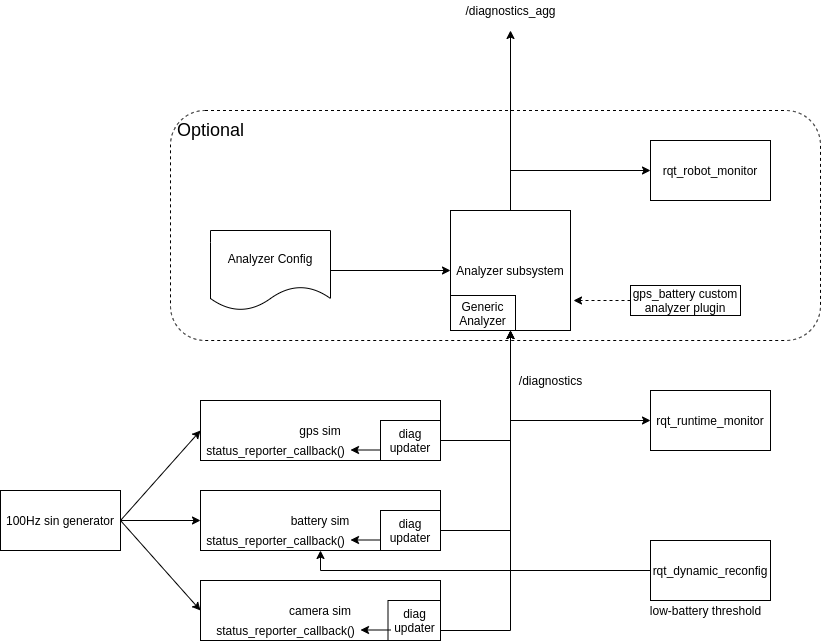
Before: Doc/diag_demo.drawio.png, a diagram exported from draw.io (PaulBouchier/diag_demo). Source tidied: cells renumbered, new cells last; positions are measured from the earlier drawing's top-left corner, leaving out a move shared by most shapes.
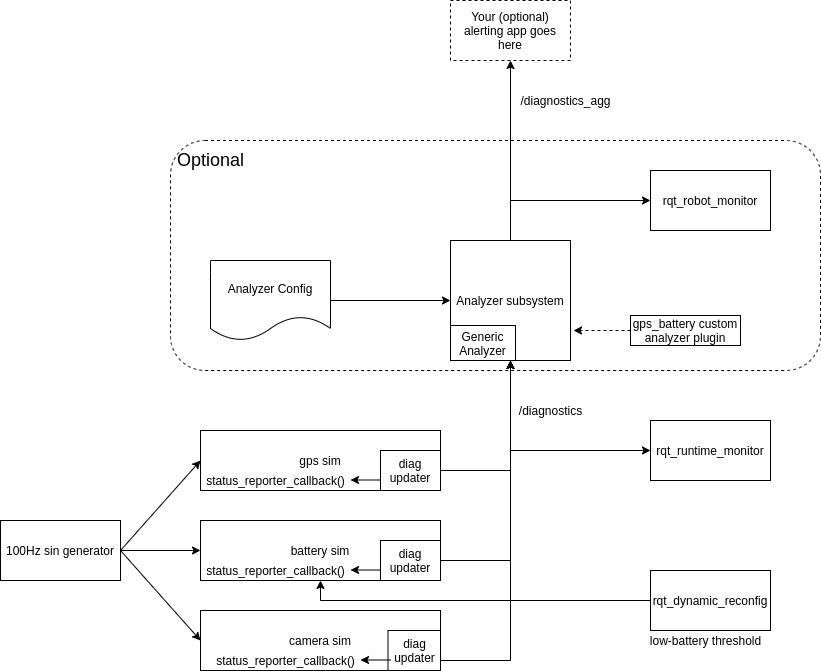
After the commit.

Diff of the diagram source:
```diff
@@ -103,7 +103,7 @@
       <mxGeometry x="650" y="140" width="120" height="60" as="geometry" />
     </mxCell>
     <mxCell id="30" value="/diagnostics_agg" style="text;html=1;align=center;verticalAlign=middle;strokeColor=none;fillColor=none;" parent="1" vertex="1">
-      <mxGeometry x="455" width="110" height="20" as="geometry" />
+      <mxGeometry x="510" y="60" width="110" height="20" as="geometry" />
     </mxCell>
     <mxCell id="31" style="edgeStyle=orthogonalEdgeStyle;rounded=0;jettySize=auto;html=1;entryX=0;entryY=0.5;entryDx=0;entryDy=0;" parent="1" edge="1" source="32" target="11">
       <mxGeometry relative="1" as="geometry" />
@@ -149,5 +149,8 @@
         <mxPoint x="150" y="9.5" as="targetPoint" />
       </mxGeometry>
     </mxCell>
+    <mxCell id="44" value="Your (optional) alerting app goes here" style="rounded=0;whiteSpace=wrap;html=1;dashed=1;" parent="1" vertex="1">
+      <mxGeometry x="450" y="-30" width="120" height="60" as="geometry" />
+    </mxCell>
   </root>
 </mxGraphModel>
```
